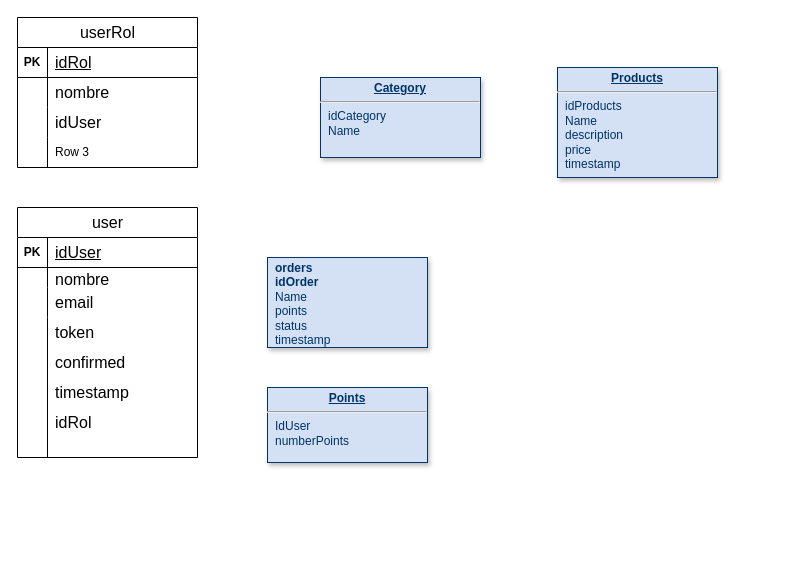
The draw.io diagram Diagrama sin título.drawio in RmwormMichael/Patrones-de-dise-o, before the edit. Source tidied: cells renumbered, new cells numbered last; positions are measured from the earlier drawing's top-left corner, leaving out a move shared by most shapes. Both pictures are drawn from the tidied source at 100%, with x=0, y=0 at pixel (17, 17).
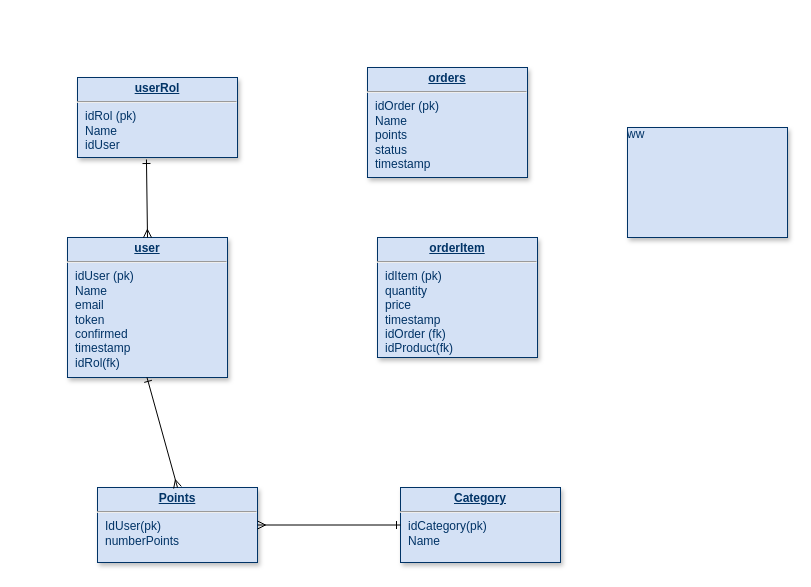
After the change.

Diff of the diagram source:
```diff
@@
-    <mxCell id="2" value="&lt;p style=&quot;margin: 0px; margin-top: 4px; text-align: center; text-decoration: underline;&quot;&gt;&lt;strong&gt;Category&lt;/strong&gt;&lt;/p&gt;&lt;hr&gt;&lt;p style=&quot;margin: 0px; margin-left: 8px;&quot;&gt;idCategory&lt;/p&gt;&lt;p style=&quot;margin: 0px; margin-left: 8px;&quot;&gt;Name&lt;/p&gt;&lt;p style=&quot;margin: 0px; margin-left: 8px;&quot;&gt;&lt;br&gt;&lt;/p&gt;" style="verticalAlign=top;align=left;overflow=fill;fontSize=12;fontFamily=Helvetica;html=1;strokeColor=#003366;shadow=1;fillColor=#D4E1F5;fontColor=#003366;" parent="1" vertex="1">
-      <mxGeometry x="303" y="60" width="160" height="80" as="geometry" />
+    <mxCell id="2" value="&lt;p style=&quot;margin: 0px; margin-top: 4px; text-align: center; text-decoration: underline;&quot;&gt;&lt;strong&gt;Category&lt;/strong&gt;&lt;/p&gt;&lt;hr&gt;&lt;p style=&quot;margin: 0px; margin-left: 8px;&quot;&gt;idCategory&lt;span style=&quot;background-color: initial;&quot;&gt;(pk)&lt;/span&gt;&lt;/p&gt;&lt;p style=&quot;margin: 0px; margin-left: 8px;&quot;&gt;Name&lt;/p&gt;&lt;p style=&quot;margin: 0px; margin-left: 8px;&quot;&gt;&lt;br&gt;&lt;/p&gt;&lt;p style=&quot;margin: 0px; margin-left: 8px;&quot;&gt;&lt;br&gt;&lt;/p&gt;" style="verticalAlign=top;align=left;overflow=fill;fontSize=12;fontFamily=Helvetica;html=1;strokeColor=#003366;shadow=1;fillColor=#D4E1F5;fontColor=#003366;" parent="1" vertex="1">
+      <mxGeometry x="383" y="470" width="160" height="75" as="geometry" />
     </mxCell>
-    <mxCell id="3" value="&lt;p style=&quot;margin: 0px; margin-top: 4px; text-align: center; text-decoration: underline;&quot;&gt;&lt;b&gt;Points&lt;/b&gt;&lt;/p&gt;&lt;hr&gt;&lt;p style=&quot;margin: 0px; margin-left: 8px;&quot;&gt;IdUser&lt;/p&gt;&lt;p style=&quot;margin: 0px; margin-left: 8px;&quot;&gt;numberPoints&lt;/p&gt;&lt;p style=&quot;margin: 0px; margin-left: 8px;&quot;&gt;&lt;br&gt;&lt;/p&gt;" style="verticalAlign=top;align=left;overflow=fill;fontSize=12;fontFamily=Helvetica;html=1;strokeColor=#003366;shadow=1;fillColor=#D4E1F5;fontColor=#003366;" parent="1" vertex="1">
-      <mxGeometry x="250" y="370" width="160" height="75" as="geometry" />
+    <mxCell id="3" value="&lt;p style=&quot;margin: 0px; margin-top: 4px; text-align: center; text-decoration: underline;&quot;&gt;&lt;b&gt;Points&lt;/b&gt;&lt;/p&gt;&lt;hr&gt;&lt;p style=&quot;margin: 0px; margin-left: 8px;&quot;&gt;IdUser&lt;span style=&quot;background-color: initial;&quot;&gt;(pk)&lt;/span&gt;&lt;/p&gt;&lt;p style=&quot;margin: 0px; margin-left: 8px;&quot;&gt;numberPoints&lt;/p&gt;&lt;p style=&quot;margin: 0px; margin-left: 8px;&quot;&gt;&lt;br&gt;&lt;/p&gt;" style="verticalAlign=top;align=left;overflow=fill;fontSize=12;fontFamily=Helvetica;html=1;strokeColor=#003366;shadow=1;fillColor=#D4E1F5;fontColor=#003366;" parent="1" vertex="1">
+      <mxGeometry x="80" y="470" width="160" height="75" as="geometry" />
     </mxCell>
-    <mxCell id="4" value="&lt;p style=&quot;margin: 0px; margin-top: 4px; text-align: center; text-decoration: underline;&quot;&gt;&lt;/p&gt;&lt;p style=&quot;margin: 0px; margin-left: 8px;&quot;&gt;&lt;b&gt;orders&lt;/b&gt;&lt;/p&gt;&lt;p style=&quot;margin: 0px; margin-left: 8px;&quot;&gt;&lt;b&gt;idOrder&lt;/b&gt;&lt;/p&gt;&lt;p style=&quot;margin: 0px; margin-left: 8px;&quot;&gt;Name&lt;/p&gt;&lt;p style=&quot;margin: 0px; margin-left: 8px;&quot;&gt;points&lt;/p&gt;&lt;p style=&quot;margin: 0px; margin-left: 8px;&quot;&gt;status&lt;/p&gt;&lt;p style=&quot;margin: 0px; margin-left: 8px;&quot;&gt;timestamp&lt;/p&gt;&lt;p style=&quot;margin: 0px; margin-left: 8px;&quot;&gt;&lt;br&gt;&lt;/p&gt;" style="verticalAlign=top;align=left;overflow=fill;fontSize=12;fontFamily=Helvetica;html=1;strokeColor=#003366;shadow=1;fillColor=#D4E1F5;fontColor=#003366;" parent="1" vertex="1">
-      <mxGeometry x="250" y="240" width="160" height="90" as="geometry" />
-    </mxCell>
-    <mxCell id="5" value="&lt;p style=&quot;margin: 0px; margin-top: 4px; text-align: center; text-decoration: underline;&quot;&gt;&lt;strong&gt;Products&lt;/strong&gt;&lt;/p&gt;&lt;hr&gt;&lt;p style=&quot;margin: 0px; margin-left: 8px;&quot;&gt;idProducts&lt;/p&gt;&lt;p style=&quot;margin: 0px; margin-left: 8px;&quot;&gt;Name&lt;/p&gt;&lt;p style=&quot;margin: 0px; margin-left: 8px;&quot;&gt;description&lt;/p&gt;&lt;p style=&quot;margin: 0px; margin-left: 8px;&quot;&gt;price&lt;/p&gt;&lt;p style=&quot;margin: 0px; margin-left: 8px;&quot;&gt;timestamp&lt;/p&gt;&lt;p style=&quot;margin: 0px; margin-left: 8px;&quot;&gt;&lt;br&gt;&lt;/p&gt;" style="verticalAlign=top;align=left;overflow=fill;fontSize=12;fontFamily=Helvetica;html=1;strokeColor=#003366;shadow=1;fillColor=#D4E1F5;fontColor=#003366;" parent="1" vertex="1">
-      <mxGeometry x="540" y="50" width="160" height="110" as="geometry" />
+    <mxCell id="5" value="ww" style="verticalAlign=top;align=left;overflow=fill;fontSize=12;fontFamily=Helvetica;html=1;strokeColor=#003366;shadow=1;fillColor=#D4E1F5;fontColor=#003366;" parent="1" vertex="1">
+      <mxGeometry x="610" y="110" width="160" height="110" as="geometry" />
     </mxCell>
-    <mxCell id="6" value="&lt;span style=&quot;font-size: 16px; font-weight: 400;&quot;&gt;userRol&lt;/span&gt;" style="shape=table;startSize=30;childLayout=tableLayout;rowLines=0;fontStyle=1;align=center;html=1;" parent="1" vertex="1">
-      <mxGeometry width="180" height="150" as="geometry" />
-    </mxCell>
-    <mxCell id="7" style="shape=tableRow;horizontal=0;startSize=0;swimlaneHead=0;swimlaneBody=0;fillColor=none;top=0;left=0;right=0;bottom=1;" parent="6" vertex="1">
-      <mxGeometry y="30" width="180" height="30" as="geometry" />
-    </mxCell>
-    <mxCell id="8" value="PK" style="shape=partialRectangle;fillColor=none;top=0;left=0;bottom=0;right=0;fontStyle=1;overflow=hidden;whiteSpace=wrap;html=1;" parent="7" vertex="1">
-      <mxGeometry width="30" height="30" as="geometry" />
-    </mxCell>
-    <mxCell id="9" value="&lt;span style=&quot;font-size: 16px; font-weight: 400;&quot;&gt;idRol&lt;/span&gt;" style="shape=partialRectangle;fillColor=none;top=0;left=0;bottom=0;right=0;align=left;spacingLeft=6;fontStyle=5;overflow=hidden;whiteSpace=wrap;html=1;" parent="7" vertex="1">
-      <mxGeometry x="30" width="150" height="30" as="geometry" />
-    </mxCell>
-    <mxCell id="10" style="shape=tableRow;horizontal=0;startSize=0;swimlaneHead=0;swimlaneBody=0;fillColor=none;top=0;left=0;right=0;bottom=0;" parent="6" vertex="1">
-      <mxGeometry y="60" width="180" height="30" as="geometry" />
-    </mxCell>
-    <mxCell id="11" style="shape=partialRectangle;fillColor=none;top=0;left=0;bottom=0;right=0;overflow=hidden;whiteSpace=wrap;html=1;" parent="10" vertex="1">
-      <mxGeometry width="30" height="30" as="geometry" />
-    </mxCell>
-    <mxCell id="12" value="&lt;span style=&quot;font-size: 16px;&quot;&gt;nombre&lt;/span&gt;" style="shape=partialRectangle;fillColor=none;top=0;left=0;bottom=0;right=0;align=left;spacingLeft=6;overflow=hidden;whiteSpace=wrap;html=1;" parent="10" vertex="1">
-      <mxGeometry x="30" width="150" height="30" as="geometry" />
-    </mxCell>
-    <mxCell id="13" style="shape=tableRow;horizontal=0;startSize=0;swimlaneHead=0;swimlaneBody=0;fillColor=none;top=0;left=0;right=0;bottom=0;" parent="6" vertex="1">
-      <mxGeometry y="90" width="180" height="30" as="geometry" />
-    </mxCell>
-    <mxCell id="14" style="shape=partialRectangle;fillColor=none;top=0;left=0;bottom=0;right=0;overflow=hidden;whiteSpace=wrap;html=1;" parent="13" vertex="1">
-      <mxGeometry width="30" height="30" as="geometry" />
-    </mxCell>
-    <mxCell id="15" value="&lt;span style=&quot;font-size: 16px;&quot;&gt;idUser&lt;/span&gt;" style="shape=partialRectangle;fillColor=none;top=0;left=0;bottom=0;right=0;align=left;spacingLeft=6;overflow=hidden;whiteSpace=wrap;html=1;" parent="13" vertex="1">
-      <mxGeometry x="30" width="150" height="30" as="geometry" />
-    </mxCell>
-    <mxCell id="16" style="shape=tableRow;horizontal=0;startSize=0;swimlaneHead=0;swimlaneBody=0;fillColor=none;top=0;left=0;right=0;bottom=0;" parent="6" vertex="1">
-      <mxGeometry y="120" width="180" height="30" as="geometry" />
-    </mxCell>
-    <mxCell id="17" style="shape=partialRectangle;fillColor=none;top=0;left=0;bottom=0;right=0;overflow=hidden;whiteSpace=wrap;html=1;" parent="16" vertex="1">
-      <mxGeometry width="30" height="30" as="geometry" />
-    </mxCell>
-    <mxCell id="18" value="Row 3" style="shape=partialRectangle;fillColor=none;top=0;left=0;bottom=0;right=0;align=left;spacingLeft=6;overflow=hidden;whiteSpace=wrap;html=1;" parent="16" vertex="1">
-      <mxGeometry x="30" width="150" height="30" as="geometry" />
-    </mxCell>
-    <mxCell id="19" value="&lt;span style=&quot;font-size: 16px; font-weight: 400;&quot;&gt;user&lt;/span&gt;" style="shape=table;startSize=30;childLayout=tableLayout;rowLines=0;fontStyle=1;align=center;html=1;" parent="1" vertex="1">
-      <mxGeometry y="190" width="180" height="250" as="geometry" />
-    </mxCell>
-    <mxCell id="20" style="shape=tableRow;horizontal=0;startSize=0;swimlaneHead=0;swimlaneBody=0;fillColor=none;top=0;left=0;right=0;bottom=1;" parent="19" vertex="1">
-      <mxGeometry y="30" width="180" height="30" as="geometry" />
-    </mxCell>
-    <mxCell id="21" value="PK" style="shape=partialRectangle;fillColor=none;top=0;left=0;bottom=0;right=0;fontStyle=1;overflow=hidden;whiteSpace=wrap;html=1;" parent="20" vertex="1">
-      <mxGeometry width="30" height="30" as="geometry" />
-    </mxCell>
-    <mxCell id="22" value="&lt;span style=&quot;font-size: 16px; font-weight: 400;&quot;&gt;idUser&lt;/span&gt;" style="shape=partialRectangle;fillColor=none;top=0;left=0;bottom=0;right=0;align=left;spacingLeft=6;fontStyle=5;overflow=hidden;whiteSpace=wrap;html=1;" parent="20" vertex="1">
-      <mxGeometry x="30" width="150" height="30" as="geometry" />
-    </mxCell>
-    <mxCell id="23" style="shape=tableRow;horizontal=0;startSize=0;swimlaneHead=0;swimlaneBody=0;fillColor=none;top=0;left=0;right=0;bottom=0;" parent="19" vertex="1">
-      <mxGeometry y="60" width="180" height="20" as="geometry" />
-    </mxCell>
-    <mxCell id="24" style="shape=partialRectangle;fillColor=none;top=0;left=0;bottom=0;right=0;overflow=hidden;whiteSpace=wrap;html=1;" parent="23" vertex="1">
-      <mxGeometry width="30" height="20" as="geometry" />
-    </mxCell>
-    <mxCell id="25" value="&lt;span style=&quot;font-size: 16px;&quot;&gt;nombre&lt;/span&gt;" style="shape=partialRectangle;fillColor=none;top=0;left=0;bottom=0;right=0;align=left;spacingLeft=6;overflow=hidden;whiteSpace=wrap;html=1;" parent="23" vertex="1">
-      <mxGeometry x="30" width="150" height="20" as="geometry" />
-    </mxCell>
-    <mxCell id="26" style="shape=tableRow;horizontal=0;startSize=0;swimlaneHead=0;swimlaneBody=0;fillColor=none;top=0;left=0;right=0;bottom=0;" parent="19" vertex="1">
-      <mxGeometry y="80" width="180" height="30" as="geometry" />
-    </mxCell>
-    <mxCell id="27" style="shape=partialRectangle;fillColor=none;top=0;left=0;bottom=0;right=0;overflow=hidden;whiteSpace=wrap;html=1;" parent="26" vertex="1">
-      <mxGeometry width="30" height="30" as="geometry" />
-    </mxCell>
-    <mxCell id="28" value="&lt;span style=&quot;font-size: 16px;&quot;&gt;email&lt;/span&gt;" style="shape=partialRectangle;fillColor=none;top=0;left=0;bottom=0;right=0;align=left;spacingLeft=6;overflow=hidden;whiteSpace=wrap;html=1;" parent="26" vertex="1">
-      <mxGeometry x="30" width="150" height="30" as="geometry" />
-    </mxCell>
-    <mxCell id="29" style="shape=tableRow;horizontal=0;startSize=0;swimlaneHead=0;swimlaneBody=0;fillColor=none;top=0;left=0;right=0;bottom=0;" parent="19" vertex="1">
-      <mxGeometry y="110" width="180" height="140" as="geometry" />
-    </mxCell>
-    <mxCell id="30" style="shape=partialRectangle;fillColor=none;top=0;left=0;bottom=0;right=0;overflow=hidden;whiteSpace=wrap;html=1;" parent="29" vertex="1">
-      <mxGeometry width="30" height="140" as="geometry" />
-    </mxCell>
-    <mxCell id="31" style="shape=partialRectangle;fillColor=none;top=0;left=0;bottom=0;right=0;align=left;spacingLeft=6;overflow=hidden;whiteSpace=wrap;html=1;" parent="29" vertex="1">
-      <mxGeometry x="30" width="150" height="140" as="geometry" />
-    </mxCell>
-    <mxCell id="32" value="&lt;span style=&quot;font-size: 16px;&quot;&gt;token&lt;/span&gt;" style="shape=partialRectangle;fillColor=none;top=0;left=0;bottom=0;right=0;align=left;spacingLeft=6;overflow=hidden;whiteSpace=wrap;html=1;" parent="1" vertex="1">
-      <mxGeometry x="30" y="300" width="150" height="30" as="geometry" />
-    </mxCell>
-    <mxCell id="33" value="&lt;span style=&quot;font-size: 16px;&quot;&gt;confirmed&lt;/span&gt;" style="shape=partialRectangle;fillColor=none;top=0;left=0;bottom=0;right=0;align=left;spacingLeft=6;overflow=hidden;whiteSpace=wrap;html=1;" parent="1" vertex="1">
-      <mxGeometry x="30" y="330" width="150" height="30" as="geometry" />
-    </mxCell>
-    <mxCell id="34" value="&lt;span style=&quot;font-size: 16px;&quot;&gt;timestamp&lt;/span&gt;" style="shape=partialRectangle;fillColor=none;top=0;left=0;bottom=0;right=0;align=left;spacingLeft=6;overflow=hidden;whiteSpace=wrap;html=1;" parent="1" vertex="1">
-      <mxGeometry x="30" y="360" width="150" height="30" as="geometry" />
-    </mxCell>
-    <mxCell id="35" value="&lt;span style=&quot;font-size: 16px;&quot;&gt;idRol&lt;/span&gt;" style="shape=partialRectangle;fillColor=none;top=0;left=0;bottom=0;right=0;align=left;spacingLeft=6;overflow=hidden;whiteSpace=wrap;html=1;" parent="1" vertex="1">
-      <mxGeometry x="30" y="390" width="150" height="30" as="geometry" />
-    </mxCell>
+    <mxCell id="36" style="endArrow=ERone;html=1;rounded=0;entryX=0;entryY=0.5;entryDx=0;entryDy=0;exitX=1;exitY=0.5;exitDx=0;exitDy=0;startArrow=ERmany;startFill=0;endFill=0;strokeColor=default;" parent="1" edge="1" source="3" target="2">
+      <mxGeometry relative="1" as="geometry" />
+    </mxCell>
+    <mxCell id="37" value="&lt;p style=&quot;margin: 0px; margin-top: 4px; text-align: center; text-decoration: underline;&quot;&gt;&lt;strong&gt;orders&lt;/strong&gt;&lt;/p&gt;&lt;hr&gt;&lt;p style=&quot;margin: 0px; margin-left: 8px;&quot;&gt;idOrder&amp;nbsp;&lt;span style=&quot;background-color: initial;&quot;&gt;(pk)&lt;/span&gt;&lt;/p&gt;&lt;p style=&quot;margin: 0px; margin-left: 8px;&quot;&gt;Name&lt;/p&gt;&lt;p style=&quot;margin: 0px; margin-left: 8px;&quot;&gt;points&lt;/p&gt;&lt;p style=&quot;margin: 0px; margin-left: 8px;&quot;&gt;status&lt;/p&gt;&lt;p style=&quot;margin: 0px; margin-left: 8px;&quot;&gt;timestamp&lt;/p&gt;&lt;p style=&quot;margin: 0px; margin-left: 8px;&quot;&gt;&lt;br&gt;&lt;/p&gt;" style="verticalAlign=top;align=left;overflow=fill;fontSize=12;fontFamily=Helvetica;html=1;strokeColor=#003366;shadow=1;fillColor=#D4E1F5;fontColor=#003366;" parent="1" vertex="1">
+      <mxGeometry x="350" y="50" width="160" height="110" as="geometry" />
+    </mxCell>
+    <mxCell id="38" value="&lt;p style=&quot;margin: 0px; margin-top: 4px; text-align: center; text-decoration: underline;&quot;&gt;&lt;b&gt;userRol&lt;/b&gt;&lt;/p&gt;&lt;hr&gt;&lt;p style=&quot;margin: 0px; margin-left: 8px;&quot;&gt;idRol (pk)&lt;/p&gt;&lt;p style=&quot;margin: 0px; margin-left: 8px;&quot;&gt;Name&lt;/p&gt;&lt;p style=&quot;margin: 0px; margin-left: 8px;&quot;&gt;idUser&lt;/p&gt;&lt;p style=&quot;margin: 0px; margin-left: 8px;&quot;&gt;&lt;br&gt;&lt;/p&gt;&lt;p style=&quot;margin: 0px; margin-left: 8px;&quot;&gt;&lt;br&gt;&lt;/p&gt;" style="verticalAlign=top;align=left;overflow=fill;fontSize=12;fontFamily=Helvetica;html=1;strokeColor=#003366;shadow=1;fillColor=#D4E1F5;fontColor=#003366;" parent="1" vertex="1">
+      <mxGeometry x="60" y="60" width="160" height="80" as="geometry" />
+    </mxCell>
+    <mxCell id="39" value="&lt;p style=&quot;margin: 0px; margin-top: 4px; text-align: center; text-decoration: underline;&quot;&gt;&lt;b&gt;user&lt;/b&gt;&lt;/p&gt;&lt;hr&gt;&lt;p style=&quot;margin: 0px; margin-left: 8px;&quot;&gt;idUser (pk)&lt;/p&gt;&lt;p style=&quot;margin: 0px; margin-left: 8px;&quot;&gt;Name&lt;/p&gt;&lt;p style=&quot;margin: 0px; margin-left: 8px;&quot;&gt;email&amp;nbsp;&lt;/p&gt;&lt;p style=&quot;margin: 0px; margin-left: 8px;&quot;&gt;token&lt;/p&gt;&lt;p style=&quot;margin: 0px; margin-left: 8px;&quot;&gt;confirmed&lt;/p&gt;&lt;p style=&quot;margin: 0px; margin-left: 8px;&quot;&gt;timestamp&lt;/p&gt;&lt;p style=&quot;margin: 0px; margin-left: 8px;&quot;&gt;idRol(fk)&lt;/p&gt;&lt;p style=&quot;margin: 0px; margin-left: 8px;&quot;&gt;&lt;br&gt;&lt;/p&gt;" style="verticalAlign=top;align=left;overflow=fill;fontSize=12;fontFamily=Helvetica;html=1;strokeColor=#003366;shadow=1;fillColor=#D4E1F5;fontColor=#003366;" parent="1" vertex="1">
+      <mxGeometry x="50" y="220" width="160" height="140" as="geometry" />
+    </mxCell>
+    <mxCell id="40" style="endArrow=ERone;html=1;rounded=0;entryX=0.431;entryY=1.025;entryDx=0;entryDy=0;exitX=0.5;exitY=0;exitDx=0;exitDy=0;startArrow=ERmany;startFill=0;endFill=0;strokeColor=default;entryPerimeter=0;" parent="1" edge="1" source="39" target="38">
+      <mxGeometry relative="1" as="geometry" />
+    </mxCell>
+    <mxCell id="41" style="endArrow=ERone;html=1;rounded=0;entryX=0.431;entryY=1.025;entryDx=0;entryDy=0;exitX=0.5;exitY=0;exitDx=0;exitDy=0;startArrow=ERmany;startFill=0;endFill=0;strokeColor=default;entryPerimeter=0;" parent="1" edge="1" source="3">
+      <mxGeometry relative="1" as="geometry">
+        <mxPoint x="129.5" y="360" as="targetPoint" />
+      </mxGeometry>
+    </mxCell>
+    <mxCell id="42" value="&lt;p style=&quot;margin: 0px; margin-top: 4px; text-align: center; text-decoration: underline;&quot;&gt;&lt;strong&gt;orderItem&lt;/strong&gt;&lt;/p&gt;&lt;hr&gt;&lt;p style=&quot;margin: 0px; margin-left: 8px;&quot;&gt;idItem&amp;nbsp;&lt;span style=&quot;background-color: initial;&quot;&gt;(pk)&lt;/span&gt;&lt;/p&gt;&lt;p style=&quot;margin: 0px; margin-left: 8px;&quot;&gt;quantity&amp;nbsp;&lt;/p&gt;&lt;p style=&quot;margin: 0px; margin-left: 8px;&quot;&gt;price&lt;/p&gt;&lt;p style=&quot;margin: 0px; margin-left: 8px;&quot;&gt;timestamp&lt;/p&gt;&lt;p style=&quot;margin: 0px 0px 0px 8px;&quot;&gt;idOrder (fk)&lt;/p&gt;&lt;p style=&quot;margin: 0px 0px 0px 8px;&quot;&gt;idProduct(fk)&lt;/p&gt;&lt;p style=&quot;margin: 0px; margin-left: 8px;&quot;&gt;&lt;br&gt;&lt;/p&gt;" style="verticalAlign=top;align=left;overflow=fill;fontSize=12;fontFamily=Helvetica;html=1;strokeColor=#003366;shadow=1;fillColor=#D4E1F5;fontColor=#003366;" parent="1" vertex="1">
+      <mxGeometry x="360" y="220" width="160" height="120" as="geometry" />
+    </mxCell>
```
